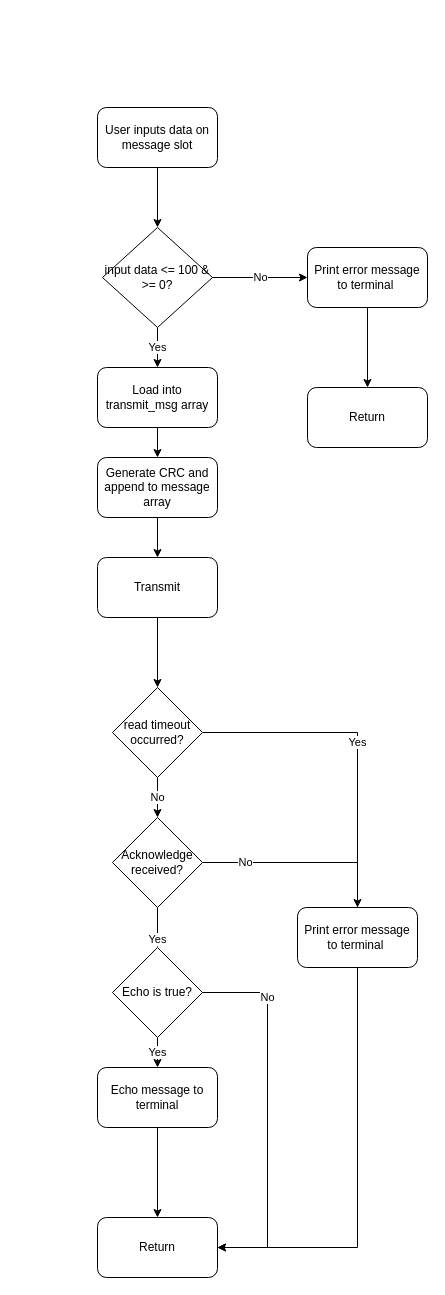
Earlier version of the draw.io diagram page "Serial Port Send" (3 of 4) of Documentation/PC_GUI_Flowchart.drawio (nagars/CPDM-IISc). Source tidied: cells renumbered, new cells numbered last; positions are measured from the earlier drawing's top-left corner, leaving out a move shared by most shapes. Both pictures are drawn from the tidied source at 100%, with x=0, y=0 at pixel (97, 107).
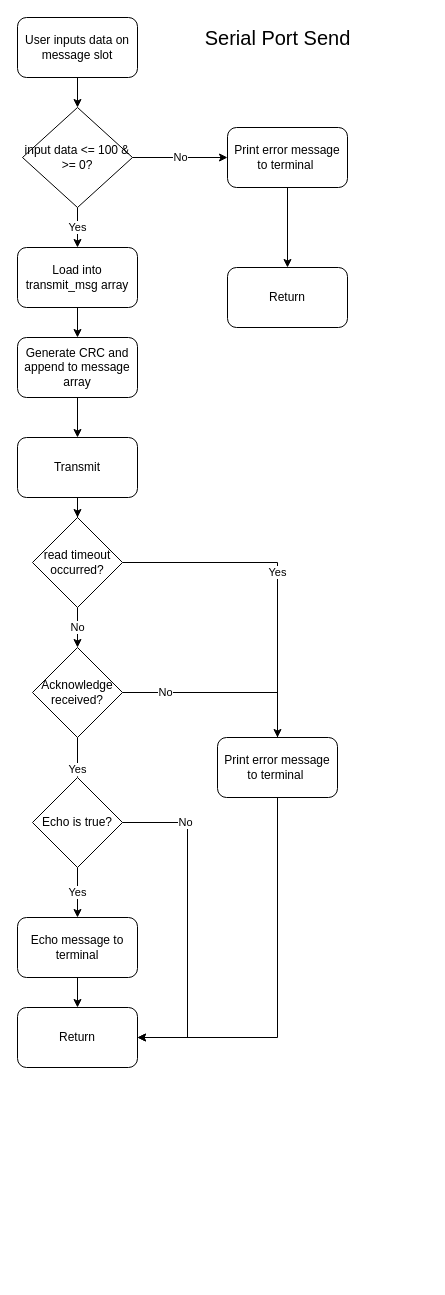
Above is the later version.

Change to the diagram source:
```diff
@@
     <mxCell id="3" value="User inputs data on message slot" style="rounded=1;whiteSpace=wrap;html=1;" parent="1" vertex="1">
-      <mxGeometry width="120" height="60" as="geometry" />
+      <mxGeometry x="-80" y="-90" width="120" height="60" as="geometry" />
     </mxCell>
@@
     <mxCell id="5" value="Load into transmit_msg array" style="whiteSpace=wrap;html=1;rounded=1;" parent="1" vertex="1">
-      <mxGeometry y="260" width="120" height="60" as="geometry" />
+      <mxGeometry x="-80" y="140" width="120" height="60" as="geometry" />
     </mxCell>
@@
     <mxCell id="7" value="Generate CRC and append to message array" style="whiteSpace=wrap;html=1;rounded=1;" parent="1" vertex="1">
-      <mxGeometry y="350" width="120" height="60" as="geometry" />
+      <mxGeometry x="-80" y="230" width="120" height="60" as="geometry" />
     </mxCell>
@@
     <mxCell id="9" value="Transmit" style="whiteSpace=wrap;html=1;rounded=1;" parent="1" vertex="1">
-      <mxGeometry y="450" width="120" height="60" as="geometry" />
+      <mxGeometry x="-80" y="330" width="120" height="60" as="geometry" />
     </mxCell>
@@
     <mxCell id="11" value="Acknowledge received?" style="rhombus;whiteSpace=wrap;html=1;" parent="1" vertex="1">
-      <mxGeometry x="15" y="710" width="90" height="90" as="geometry" />
+      <mxGeometry x="-65" y="540" width="90" height="90" as="geometry" />
     </mxCell>
     <mxCell id="12" value="No" style="edgeStyle=orthogonalEdgeStyle;rounded=0;jettySize=auto;html=1;entryX=0.5;entryY=1;entryDx=0;entryDy=0;exitX=1;exitY=0.5;exitDx=0;exitDy=0;" parent="1" edge="1" source="11" target="25">
       <mxGeometry x="-0.67" relative="1" as="geometry">
         <Array as="points">
-          <mxPoint x="260" y="755" />
+          <mxPoint x="180" y="585" />
         </Array>
       </mxGeometry>
     </mxCell>
@@
     <mxCell id="14" value="Echo message to terminal" style="rounded=1;whiteSpace=wrap;html=1;" parent="1" vertex="1">
-      <mxGeometry y="960" width="120" height="60" as="geometry" />
+      <mxGeometry x="-80" y="810" width="120" height="60" as="geometry" />
     </mxCell>
@@
     <mxCell id="16" value="Echo is true?" style="rhombus;whiteSpace=wrap;html=1;" parent="1" vertex="1">
-      <mxGeometry x="15" y="840" width="90" height="90" as="geometry" />
+      <mxGeometry x="-65" y="670" width="90" height="90" as="geometry" />
     </mxCell>
     <mxCell id="17" value="Return" style="rounded=1;whiteSpace=wrap;html=1;" parent="1" vertex="1">
-      <mxGeometry y="1110" width="120" height="60" as="geometry" />
+      <mxGeometry x="-80" y="900" width="120" height="60" as="geometry" />
     </mxCell>
     <mxCell id="18" value="No" style="edgeStyle=orthogonalEdgeStyle;rounded=0;jettySize=auto;html=1;exitX=1;exitY=0.5;exitDx=0;exitDy=0;entryX=1;entryY=0.5;entryDx=0;entryDy=0;" parent="1" edge="1" source="16" target="17">
       <mxGeometry x="-0.62" relative="1" as="geometry">
         <Array as="points">
-          <mxPoint x="170" y="885" />
-          <mxPoint x="170" y="1140" />
+          <mxPoint x="90" y="715" />
+          <mxPoint x="90" y="930" />
         </Array>
       </mxGeometry>
     </mxCell>
@@
     <mxCell id="21" value="input data &amp;lt;= 100 &amp;amp; &amp;gt;= 0?" style="rhombus;whiteSpace=wrap;html=1;" parent="1" vertex="1">
-      <mxGeometry x="5" y="120" width="110" height="100" as="geometry" />
+      <mxGeometry x="-75" width="110" height="100" as="geometry" />
     </mxCell>
@@
     <mxCell id="23" value="Print error message to terminal&amp;nbsp;" style="whiteSpace=wrap;html=1;rounded=1;" parent="1" vertex="1">
-      <mxGeometry x="210" y="140" width="120" height="60" as="geometry" />
+      <mxGeometry x="130" y="20" width="120" height="60" as="geometry" />
     </mxCell>
     <mxCell id="24" value="Return" style="whiteSpace=wrap;html=1;rounded=1;" parent="1" vertex="1">
-      <mxGeometry x="210" y="280" width="120" height="60" as="geometry" />
+      <mxGeometry x="130" y="160" width="120" height="60" as="geometry" />
     </mxCell>
     <mxCell id="25" value="Print error message to terminal&amp;nbsp;" style="whiteSpace=wrap;html=1;rounded=1;" parent="1" vertex="1">
-      <mxGeometry x="200" y="800" width="120" height="60" as="geometry" />
+      <mxGeometry x="120" y="630" width="120" height="60" as="geometry" />
     </mxCell>
@@
     <mxCell id="28" value="read timeout occurred?" style="rhombus;whiteSpace=wrap;html=1;" parent="1" vertex="1">
-      <mxGeometry x="15" y="580" width="90" height="90" as="geometry" />
+      <mxGeometry x="-65" y="410" width="90" height="90" as="geometry" />
     </mxCell>
@@
+    <mxCell id="30" value="&lt;font style=&quot;font-size: 20px&quot;&gt;Serial Port Send&lt;/font&gt;" style="text;html=1;align=center;verticalAlign=middle;" parent="1" vertex="1">
+      <mxGeometry x="100" y="-80" width="160" height="20" as="geometry" />
+    </mxCell>
```
